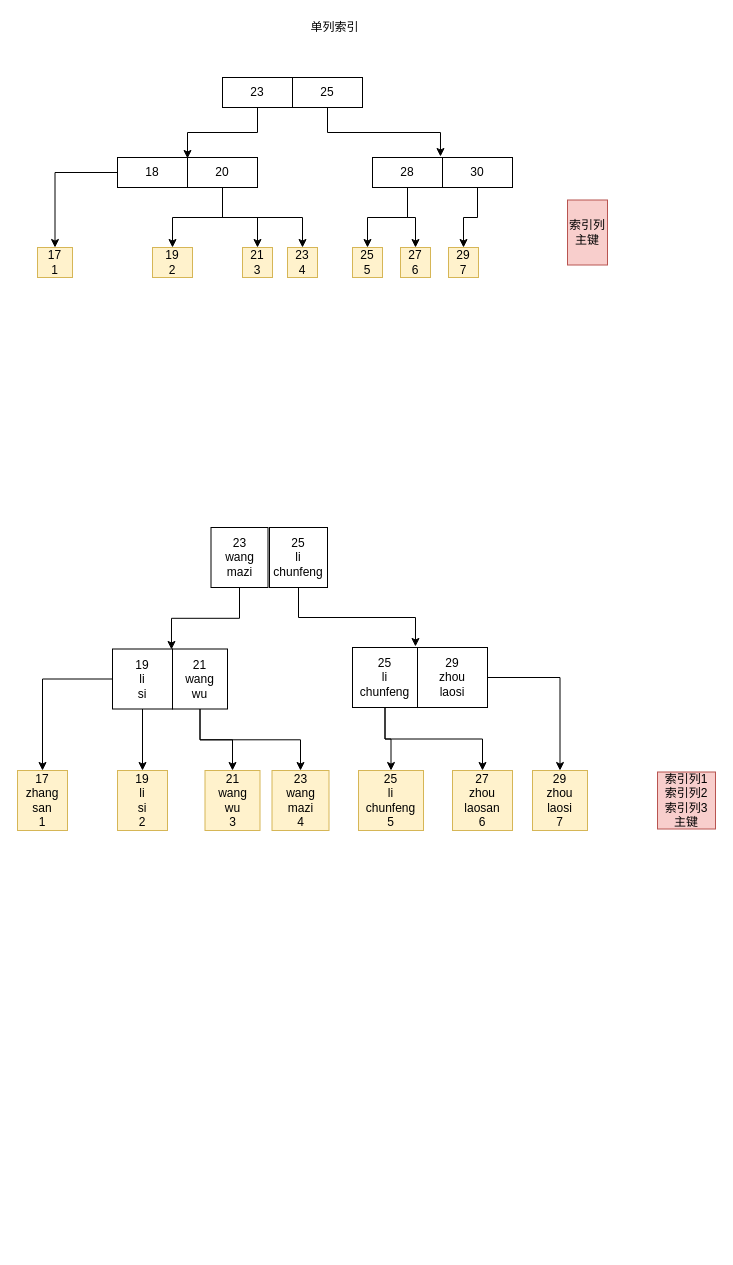
This is break/Untitled Diagram.drawio from longjiangxue/blogImage, a draw.io file, before an edit. Source tidied: cells renumbered, new cells numbered last; positions are measured from the earlier drawing's top-left corner, leaving out a move shared by most shapes. Both pictures are drawn from the tidied source at 100%, with x=0, y=0 at pixel (17, 17).
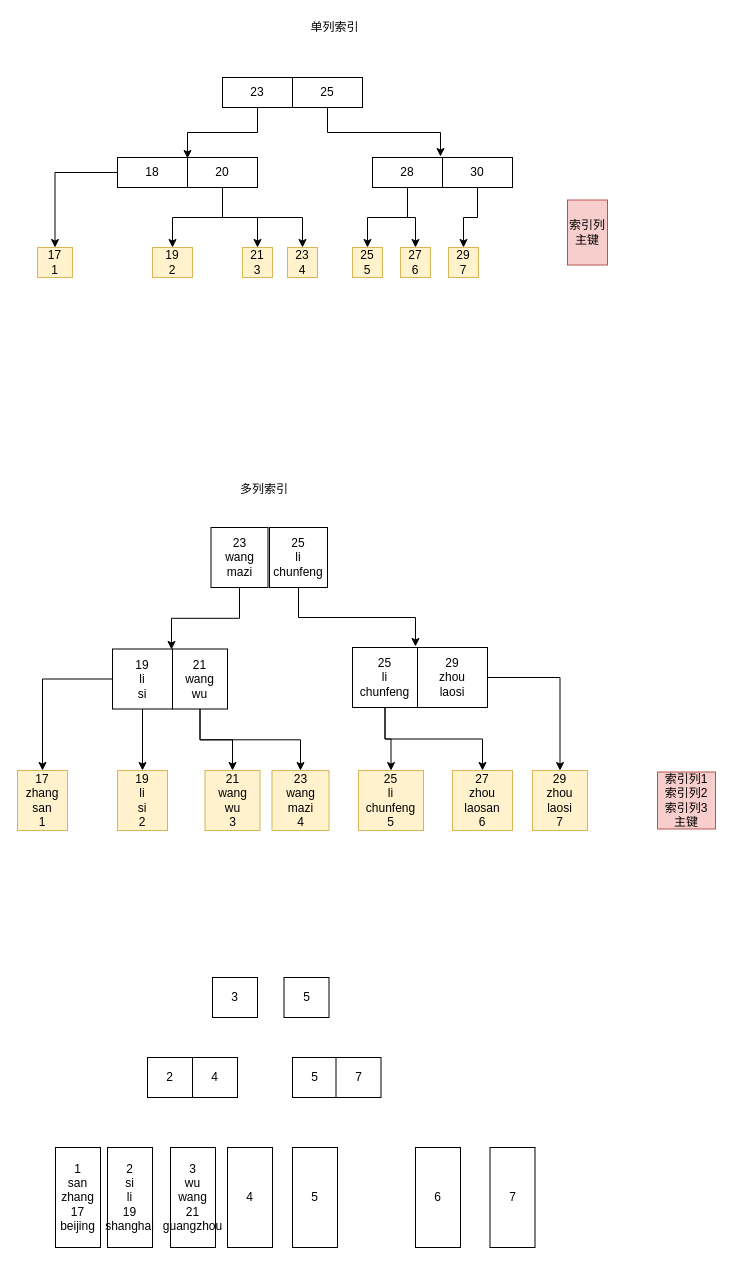
After the change.

The edit, as a diff of the source:
```diff
@@
+    <mxCell id="49" value="多列索引" style="text;html=1;align=left;verticalAlign=top;spacingTop=-4;" parent="1" vertex="1">
+      <mxGeometry x="221" y="462" width="60" height="20" as="geometry" />
+    </mxCell>
+    <mxCell id="50" value="3" style="rounded=0;whiteSpace=wrap;html=1;" parent="1" vertex="1">
+      <mxGeometry x="195" y="960" width="45" height="40" as="geometry" />
+    </mxCell>
+    <mxCell id="51" value="5" style="rounded=0;whiteSpace=wrap;html=1;" parent="1" vertex="1">
+      <mxGeometry x="266.5" y="960" width="45" height="40" as="geometry" />
+    </mxCell>
+    <mxCell id="52" value="2" style="rounded=0;whiteSpace=wrap;html=1;" parent="1" vertex="1">
+      <mxGeometry x="130" y="1040" width="45" height="40" as="geometry" />
+    </mxCell>
+    <mxCell id="53" value="4" style="rounded=0;whiteSpace=wrap;html=1;" parent="1" vertex="1">
+      <mxGeometry x="175" y="1040" width="45" height="40" as="geometry" />
+    </mxCell>
+    <mxCell id="54" value="5" style="rounded=0;whiteSpace=wrap;html=1;" parent="1" vertex="1">
+      <mxGeometry x="275" y="1040" width="45" height="40" as="geometry" />
+    </mxCell>
+    <mxCell id="55" value="7" style="rounded=0;whiteSpace=wrap;html=1;" parent="1" vertex="1">
+      <mxGeometry x="318.5" y="1040" width="45" height="40" as="geometry" />
+    </mxCell>
+    <mxCell id="56" value="1&lt;br&gt;san&lt;br&gt;zhang&lt;br&gt;17&lt;br&gt;beijing" style="rounded=0;whiteSpace=wrap;html=1;" parent="1" vertex="1">
+      <mxGeometry x="38" y="1130" width="45" height="100" as="geometry" />
+    </mxCell>
+    <mxCell id="57" value="2&lt;br&gt;si&lt;br&gt;li&lt;br&gt;19&lt;br&gt;shanghai" style="rounded=0;whiteSpace=wrap;html=1;" parent="1" vertex="1">
+      <mxGeometry x="90" y="1130" width="45" height="100" as="geometry" />
+    </mxCell>
+    <mxCell id="58" value="3&lt;br&gt;wu&lt;br&gt;wang&lt;br&gt;21&lt;br&gt;guangzhou" style="rounded=0;whiteSpace=wrap;html=1;" parent="1" vertex="1">
+      <mxGeometry x="153" y="1130" width="45" height="100" as="geometry" />
+    </mxCell>
+    <mxCell id="59" value="4" style="rounded=0;whiteSpace=wrap;html=1;" parent="1" vertex="1">
+      <mxGeometry x="210" y="1130" width="45" height="100" as="geometry" />
+    </mxCell>
+    <mxCell id="60" value="5" style="rounded=0;whiteSpace=wrap;html=1;" parent="1" vertex="1">
+      <mxGeometry x="275" y="1130" width="45" height="100" as="geometry" />
+    </mxCell>
+    <mxCell id="61" value="6" style="rounded=0;whiteSpace=wrap;html=1;" parent="1" vertex="1">
+      <mxGeometry x="398" y="1130" width="45" height="100" as="geometry" />
+    </mxCell>
+    <mxCell id="62" value="7" style="rounded=0;whiteSpace=wrap;html=1;" parent="1" vertex="1">
+      <mxGeometry x="472.5" y="1130" width="45" height="100" as="geometry" />
+    </mxCell>
```
